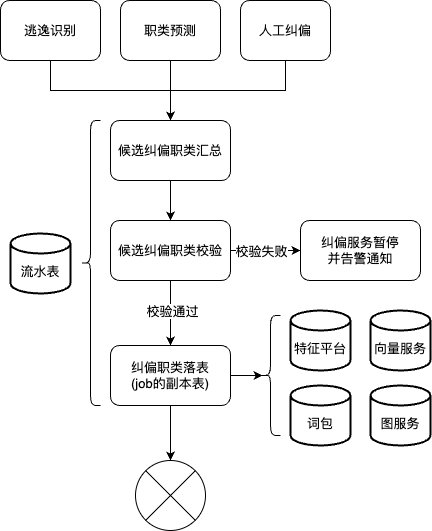
Earlier version of the draw.io export work-draw-file/职类纠偏.png (liujunao/draw-data). Source tidied: cells renumbered, new cells last; positions are measured from the earlier drawing's top-left corner, leaving out a move shared by most shapes. Source of this version:
```xml
<mxGraphModel>
  <root>
    <mxCell id="0" />
    <mxCell id="1" parent="0" />
    <mxCell id="2" style="edgeStyle=orthogonalEdgeStyle;rounded=0;jettySize=auto;html=1;exitX=1;exitY=0.5;exitDx=0;exitDy=0;entryX=0.1;entryY=0.5;entryDx=0;entryDy=0;entryPerimeter=0;" parent="1" edge="1" source="4" target="25">
      <mxGeometry relative="1" as="geometry" />
    </mxCell>
    <mxCell id="3" style="edgeStyle=orthogonalEdgeStyle;rounded=0;jettySize=auto;html=1;exitX=0.5;exitY=1;exitDx=0;exitDy=0;entryX=0.5;entryY=0;entryDx=0;entryDy=0;entryPerimeter=0;" parent="1" edge="1" source="4" target="26">
      <mxGeometry relative="1" as="geometry" />
    </mxCell>
    <mxCell id="4" value="纠偏职类落表&lt;br&gt;(job的副本表)" style="rounded=1;whiteSpace=wrap;html=1;" parent="1" vertex="1">
      <mxGeometry x="110" y="345" width="120" height="60" as="geometry" />
    </mxCell>
    <mxCell id="5" style="edgeStyle=orthogonalEdgeStyle;rounded=0;jettySize=auto;html=1;exitX=0.5;exitY=1;exitDx=0;exitDy=0;" parent="1" edge="1" source="9" target="4">
      <mxGeometry relative="1" as="geometry" />
    </mxCell>
    <mxCell id="6" value="校验通过" style="edgeLabel;html=1;align=center;verticalAlign=middle;" parent="5" vertex="1">
      <mxGeometry x="-0.08" y="1" relative="1" as="geometry" />
    </mxCell>
    <mxCell id="7" style="edgeStyle=orthogonalEdgeStyle;rounded=0;jettySize=auto;html=1;exitX=1;exitY=0.5;exitDx=0;exitDy=0;" parent="1" edge="1" source="9" target="18">
      <mxGeometry relative="1" as="geometry" />
    </mxCell>
    <mxCell id="8" value="校验失败" style="edgeLabel;html=1;align=center;verticalAlign=middle;" parent="7" vertex="1">
      <mxGeometry x="-0.47" relative="1" as="geometry">
        <mxPoint x="11" as="offset" />
      </mxGeometry>
    </mxCell>
    <mxCell id="9" value="候选纠偏职类校验" style="rounded=1;whiteSpace=wrap;html=1;" parent="1" vertex="1">
      <mxGeometry x="110" y="220" width="120" height="60" as="geometry" />
    </mxCell>
    <mxCell id="10" style="edgeStyle=orthogonalEdgeStyle;rounded=0;jettySize=auto;html=1;exitX=0.5;exitY=1;exitDx=0;exitDy=0;" parent="1" edge="1" source="11" target="9">
      <mxGeometry relative="1" as="geometry" />
    </mxCell>
    <mxCell id="11" value="候选纠偏职类汇总" style="rounded=1;whiteSpace=wrap;html=1;" parent="1" vertex="1">
      <mxGeometry x="110" y="120" width="120" height="60" as="geometry" />
    </mxCell>
    <mxCell id="12" style="edgeStyle=orthogonalEdgeStyle;rounded=0;jettySize=auto;html=1;exitX=0.5;exitY=1;exitDx=0;exitDy=0;entryX=0.5;entryY=0;entryDx=0;entryDy=0;" parent="1" edge="1" source="13" target="11">
      <mxGeometry relative="1" as="geometry" />
    </mxCell>
    <mxCell id="13" value="人工纠偏" style="rounded=1;whiteSpace=wrap;html=1;" parent="1" vertex="1">
      <mxGeometry x="240" width="90" height="60" as="geometry" />
    </mxCell>
    <mxCell id="14" style="edgeStyle=orthogonalEdgeStyle;rounded=0;jettySize=auto;html=1;exitX=0.5;exitY=1;exitDx=0;exitDy=0;entryX=0.5;entryY=0;entryDx=0;entryDy=0;" parent="1" edge="1" source="15" target="11">
      <mxGeometry relative="1" as="geometry" />
    </mxCell>
    <mxCell id="15" value="职类预测" style="rounded=1;whiteSpace=wrap;html=1;" parent="1" vertex="1">
      <mxGeometry x="120" width="100" height="60" as="geometry" />
    </mxCell>
    <mxCell id="16" style="edgeStyle=orthogonalEdgeStyle;rounded=0;jettySize=auto;html=1;exitX=0.5;exitY=1;exitDx=0;exitDy=0;" parent="1" edge="1" source="17" target="11">
      <mxGeometry relative="1" as="geometry" />
    </mxCell>
    <mxCell id="17" value="逃逸识别" style="rounded=1;whiteSpace=wrap;html=1;" parent="1" vertex="1">
      <mxGeometry width="100" height="60" as="geometry" />
    </mxCell>
    <mxCell id="18" value="纠偏服务暂停&lt;br&gt;并告警通知" style="rounded=1;whiteSpace=wrap;html=1;" parent="1" vertex="1">
      <mxGeometry x="300" y="220" width="120" height="60" as="geometry" />
    </mxCell>
    <mxCell id="19" value="&lt;br&gt;特征平台" style="strokeWidth=2;html=1;shape=mxgraph.flowchart.database;whiteSpace=wrap;" parent="1" vertex="1">
      <mxGeometry x="290" y="310" width="60" height="60" as="geometry" />
    </mxCell>
    <mxCell id="20" style="shape=curlyBracket;whiteSpace=wrap;html=1;rounded=1;labelPosition=left;verticalLabelPosition=middle;align=right;verticalAlign=middle;" parent="1" vertex="1">
      <mxGeometry x="80" y="120" width="20" height="285" as="geometry" />
    </mxCell>
    <mxCell id="21" value="&lt;br&gt;流水表" style="strokeWidth=2;html=1;shape=mxgraph.flowchart.database;whiteSpace=wrap;" parent="1" vertex="1">
      <mxGeometry x="10" y="233" width="60" height="60" as="geometry" />
    </mxCell>
    <mxCell id="22" value="&lt;br&gt;词包" style="strokeWidth=2;html=1;shape=mxgraph.flowchart.database;whiteSpace=wrap;" parent="1" vertex="1">
      <mxGeometry x="290" y="385" width="60" height="60" as="geometry" />
    </mxCell>
    <mxCell id="23" value="&lt;br&gt;向量服务" style="strokeWidth=2;html=1;shape=mxgraph.flowchart.database;whiteSpace=wrap;" parent="1" vertex="1">
      <mxGeometry x="370" y="310" width="60" height="60" as="geometry" />
    </mxCell>
    <mxCell id="24" value="&lt;br&gt;图服务" style="strokeWidth=2;html=1;shape=mxgraph.flowchart.database;whiteSpace=wrap;" parent="1" vertex="1">
      <mxGeometry x="370" y="385" width="60" height="60" as="geometry" />
    </mxCell>
    <mxCell id="25" style="shape=curlyBracket;whiteSpace=wrap;html=1;rounded=1;labelPosition=left;verticalLabelPosition=middle;align=right;verticalAlign=middle;" parent="1" vertex="1">
      <mxGeometry x="260" y="315" width="20" height="120" as="geometry" />
    </mxCell>
    <mxCell id="26" style="verticalLabelPosition=bottom;verticalAlign=top;html=1;shape=mxgraph.flowchart.or;" parent="1" vertex="1">
      <mxGeometry x="135" y="460" width="70" height="70" as="geometry" />
    </mxCell>
  </root>
</mxGraphModel>
```
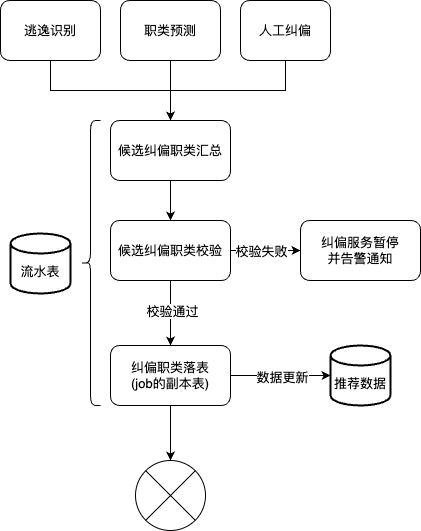
The same file after the commit.

Commit message:
更新职类纠偏.png

Change to the diagram source:
```diff
@@ -2,12 +2,15 @@
   <root>
     <mxCell id="0" />
     <mxCell id="1" parent="0" />
-    <mxCell id="2" style="edgeStyle=orthogonalEdgeStyle;rounded=0;jettySize=auto;html=1;exitX=1;exitY=0.5;exitDx=0;exitDy=0;entryX=0.1;entryY=0.5;entryDx=0;entryDy=0;entryPerimeter=0;" parent="1" edge="1" source="4" target="25">
-      <mxGeometry relative="1" as="geometry" />
-    </mxCell>
     <mxCell id="3" style="edgeStyle=orthogonalEdgeStyle;rounded=0;jettySize=auto;html=1;exitX=0.5;exitY=1;exitDx=0;exitDy=0;entryX=0.5;entryY=0;entryDx=0;entryDy=0;entryPerimeter=0;" parent="1" edge="1" source="4" target="26">
       <mxGeometry relative="1" as="geometry" />
     </mxCell>
+    <mxCell id="27" style="edgeStyle=orthogonalEdgeStyle;rounded=0;jettySize=auto;html=1;exitX=1;exitY=0.5;exitDx=0;exitDy=0;" parent="1" edge="1" source="4" target="29">
+      <mxGeometry relative="1" as="geometry" />
+    </mxCell>
+    <mxCell id="28" value="数据更新" style="edgeLabel;html=1;align=center;verticalAlign=middle;" parent="27" vertex="1">
+      <mxGeometry x="0.02" y="-1" relative="1" as="geometry" />
+    </mxCell>
     <mxCell id="4" value="纠偏职类落表&lt;br&gt;(job的副本表)" style="rounded=1;whiteSpace=wrap;html=1;" parent="1" vertex="1">
       <mxGeometry x="110" y="345" width="120" height="60" as="geometry" />
     </mxCell>
@@ -55,29 +58,17 @@
     <mxCell id="18" value="纠偏服务暂停&lt;br&gt;并告警通知" style="rounded=1;whiteSpace=wrap;html=1;" parent="1" vertex="1">
       <mxGeometry x="300" y="220" width="120" height="60" as="geometry" />
     </mxCell>
-    <mxCell id="19" value="&lt;br&gt;特征平台" style="strokeWidth=2;html=1;shape=mxgraph.flowchart.database;whiteSpace=wrap;" parent="1" vertex="1">
-      <mxGeometry x="290" y="310" width="60" height="60" as="geometry" />
-    </mxCell>
     <mxCell id="20" style="shape=curlyBracket;whiteSpace=wrap;html=1;rounded=1;labelPosition=left;verticalLabelPosition=middle;align=right;verticalAlign=middle;" parent="1" vertex="1">
       <mxGeometry x="80" y="120" width="20" height="285" as="geometry" />
     </mxCell>
     <mxCell id="21" value="&lt;br&gt;流水表" style="strokeWidth=2;html=1;shape=mxgraph.flowchart.database;whiteSpace=wrap;" parent="1" vertex="1">
       <mxGeometry x="10" y="233" width="60" height="60" as="geometry" />
     </mxCell>
-    <mxCell id="22" value="&lt;br&gt;词包" style="strokeWidth=2;html=1;shape=mxgraph.flowchart.database;whiteSpace=wrap;" parent="1" vertex="1">
-      <mxGeometry x="290" y="385" width="60" height="60" as="geometry" />
-    </mxCell>
-    <mxCell id="23" value="&lt;br&gt;向量服务" style="strokeWidth=2;html=1;shape=mxgraph.flowchart.database;whiteSpace=wrap;" parent="1" vertex="1">
-      <mxGeometry x="370" y="310" width="60" height="60" as="geometry" />
-    </mxCell>
-    <mxCell id="24" value="&lt;br&gt;图服务" style="strokeWidth=2;html=1;shape=mxgraph.flowchart.database;whiteSpace=wrap;" parent="1" vertex="1">
-      <mxGeometry x="370" y="385" width="60" height="60" as="geometry" />
-    </mxCell>
-    <mxCell id="25" style="shape=curlyBracket;whiteSpace=wrap;html=1;rounded=1;labelPosition=left;verticalLabelPosition=middle;align=right;verticalAlign=middle;" parent="1" vertex="1">
-      <mxGeometry x="260" y="315" width="20" height="120" as="geometry" />
-    </mxCell>
     <mxCell id="26" style="verticalLabelPosition=bottom;verticalAlign=top;html=1;shape=mxgraph.flowchart.or;" parent="1" vertex="1">
       <mxGeometry x="135" y="460" width="70" height="70" as="geometry" />
     </mxCell>
+    <mxCell id="29" value="&lt;br&gt;推荐数据" style="strokeWidth=2;html=1;shape=mxgraph.flowchart.database;whiteSpace=wrap;" parent="1" vertex="1">
+      <mxGeometry x="330" y="345" width="60" height="60" as="geometry" />
+    </mxCell>
   </root>
 </mxGraphModel>
```
